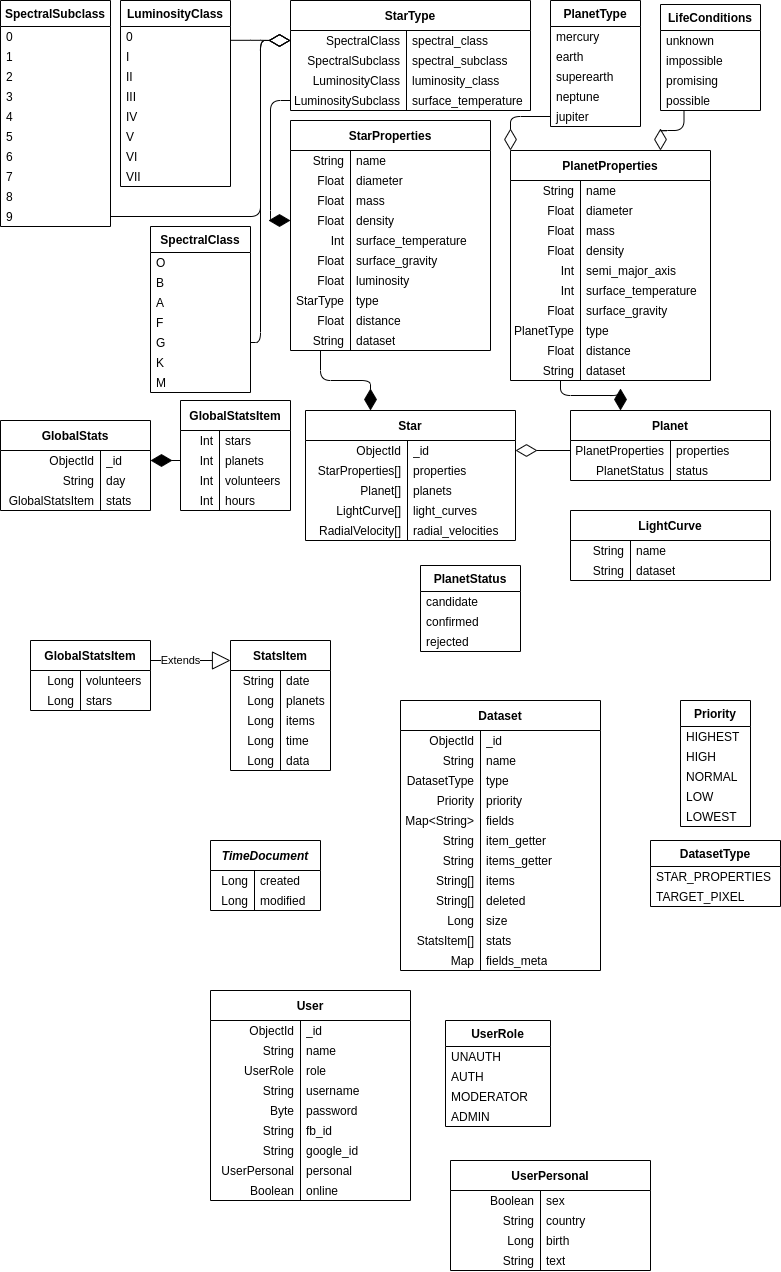
The draw.io diagram docs/img/db.png in michalstruna/exoplanets-ai, before a commit. Source tidied: cells renumbered, new cells last; positions are measured from the earlier drawing's top-left corner, leaving out a move shared by most shapes.
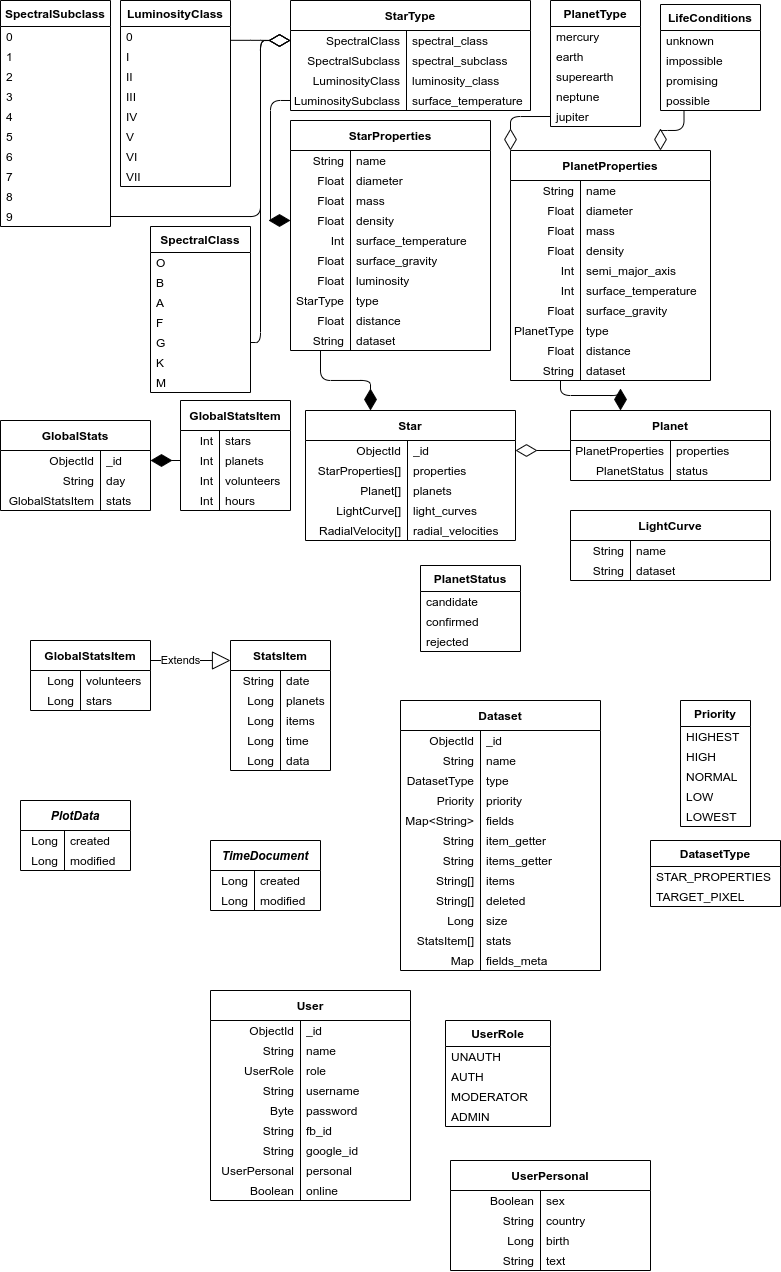
The same file after the commit.

Change to the diagram source:
```diff
@@ -938,5 +938,26 @@
     <mxCell id="305" value="text" style="shape=partialRectangle;html=1;whiteSpace=wrap;fillColor=none;top=0;left=0;bottom=0;right=0;align=left;spacingLeft=6;overflow=hidden;spacing=0;" parent="303" vertex="1">
       <mxGeometry x="90" width="110" height="20" as="geometry" />
     </mxCell>
+    <mxCell id="306" value="&lt;i&gt;PlotData&lt;/i&gt;" style="shape=table;html=1;whiteSpace=wrap;startSize=30;rowLines=0;fontStyle=1;align=center;strokeColor=#000000;fillColor=none;" parent="1" vertex="1">
+      <mxGeometry x="20" y="800" width="110" height="70" as="geometry" />
+    </mxCell>
+    <mxCell id="307" style="shape=partialRectangle;html=1;whiteSpace=wrap;fillColor=none;top=0;left=0;bottom=0;right=0;" parent="306" vertex="1">
+      <mxGeometry y="30" width="110" height="20" as="geometry" />
+    </mxCell>
+    <mxCell id="308" value="Long" style="shape=partialRectangle;html=1;whiteSpace=wrap;fillColor=none;top=0;left=0;bottom=0;right=0;overflow=hidden;align=right;spacingLeft=0;spacingRight=6;spacing=0;" parent="307" vertex="1">
+      <mxGeometry width="44" height="20" as="geometry" />
+    </mxCell>
+    <mxCell id="309" value="created" style="shape=partialRectangle;html=1;whiteSpace=wrap;fillColor=none;top=0;left=0;bottom=0;right=0;align=left;spacingLeft=6;overflow=hidden;spacing=0;" parent="307" vertex="1">
+      <mxGeometry x="44" width="66" height="20" as="geometry" />
+    </mxCell>
+    <mxCell id="310" style="shape=partialRectangle;html=1;whiteSpace=wrap;fillColor=none;top=0;left=0;bottom=0;right=0;" parent="306" vertex="1">
+      <mxGeometry y="50" width="110" height="20" as="geometry" />
+    </mxCell>
+    <mxCell id="311" value="Long" style="shape=partialRectangle;html=1;whiteSpace=wrap;fillColor=none;top=0;left=0;bottom=0;right=0;overflow=hidden;align=right;spacingLeft=0;spacingRight=6;spacing=0;" parent="310" vertex="1">
+      <mxGeometry width="44" height="20" as="geometry" />
+    </mxCell>
+    <mxCell id="312" value="modified" style="shape=partialRectangle;html=1;whiteSpace=wrap;fillColor=none;top=0;left=0;bottom=0;right=0;align=left;spacingLeft=6;overflow=hidden;spacing=0;" parent="310" vertex="1">
+      <mxGeometry x="44" width="66" height="20" as="geometry" />
+    </mxCell>
   </root>
 </mxGraphModel>
```
